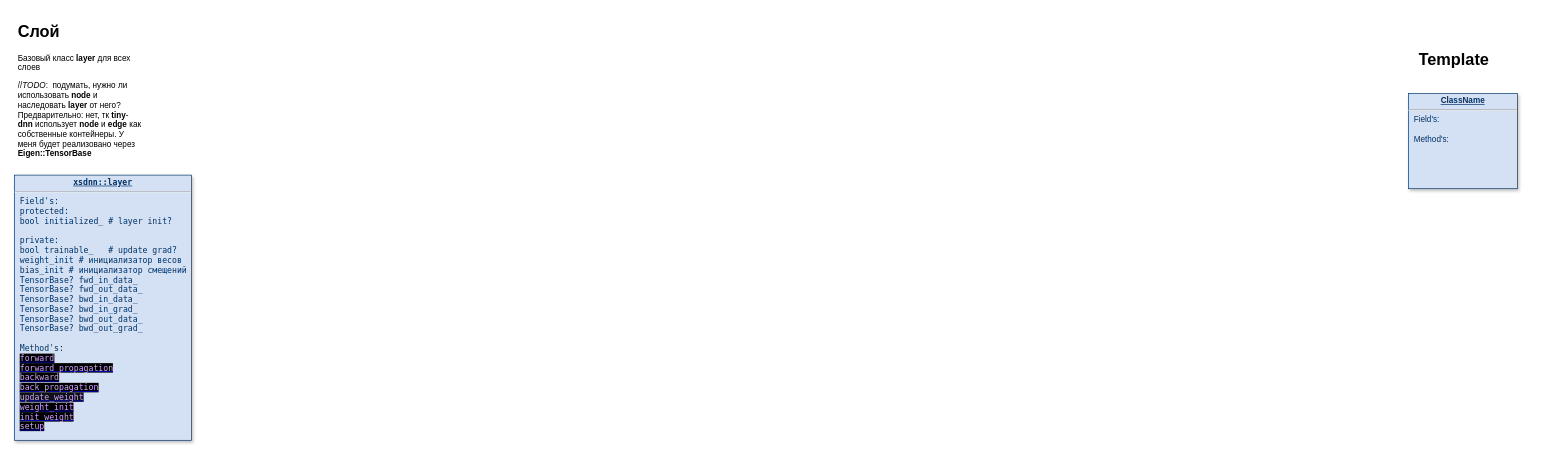
Above: page "xsdnn::main" (1 of 9) of logic.drawio in xsdnn/xsdnn (draw.io), before the change. Source tidied: cells renumbered, new cells numbered last; positions are measured from the earlier drawing's top-left corner, leaving out a move shared by most shapes. Both pictures are drawn from the tidied source at 68%, with x=0, y=0 at pixel (14, 18).
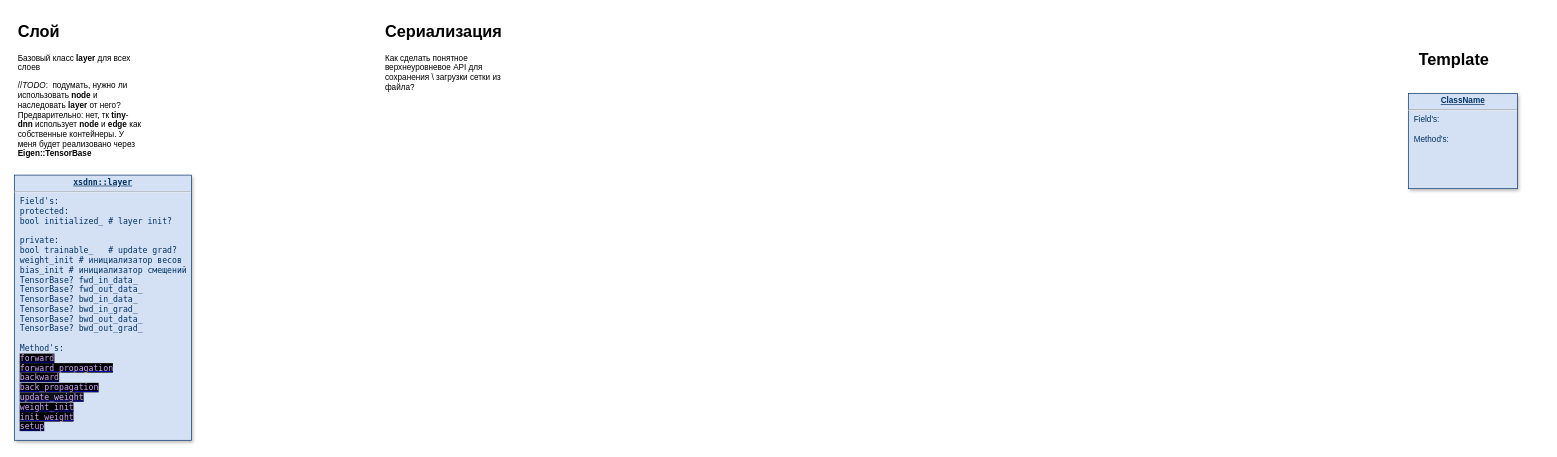
The same diagram, later.

What changed in the source:
```diff
@@
 <mxGraphModel>
   <root>
     <mxCell id="0" />
     <mxCell id="1" parent="0" />
     <mxCell id="2" value="&lt;p style=&quot;margin: 0px; margin-top: 4px; text-align: center; text-decoration: underline;&quot;&gt;&lt;strong&gt;ClassName&lt;/strong&gt;&lt;/p&gt;&lt;hr&gt;&lt;p style=&quot;margin: 0px; margin-left: 8px;&quot;&gt;Field's:&lt;/p&gt;&lt;p style=&quot;margin: 0px; margin-left: 8px;&quot;&gt;&lt;br&gt;&lt;/p&gt;&lt;p style=&quot;margin: 0px; margin-left: 8px;&quot;&gt;Method's:&lt;/p&gt;" style="verticalAlign=top;align=left;overflow=fill;fontSize=12;fontFamily=Helvetica;html=1;strokeColor=#003366;shadow=1;fillColor=#D4E1F5;fontColor=#003366;" parent="1" vertex="1">
       <mxGeometry x="2050" y="110" width="160" height="140" as="geometry" />
     </mxCell>
     <mxCell id="3" value="&lt;h1&gt;Слой&lt;/h1&gt;&lt;p&gt;Базовый класс &lt;b&gt;layer &lt;/b&gt;для всех слоев&lt;/p&gt;&lt;p&gt;&lt;span style=&quot;text-align: center;&quot;&gt;//&lt;i&gt;TODO&lt;/i&gt;:&amp;nbsp; подумать, нужно ли использовать &lt;b&gt;node&lt;/b&gt; и наследовать &lt;b&gt;layer&lt;/b&gt; от него? Предварительно: нет, тк &lt;b&gt;tiny&lt;/b&gt;-&lt;b&gt;dnn&lt;/b&gt; использует &lt;b&gt;node&lt;/b&gt; и &lt;b&gt;edge&lt;/b&gt; как собственные контейнеры. У меня будет реализовано через &lt;b&gt;Eigen::TensorBase&lt;/b&gt;&lt;/span&gt;&lt;br&gt;&lt;/p&gt;&lt;p&gt;&lt;br&gt;&lt;/p&gt;" style="text;html=1;strokeColor=none;fillColor=none;spacing=5;spacingTop=-20;whiteSpace=wrap;overflow=hidden;rounded=0;" parent="1" vertex="1">
       <mxGeometry width="190" height="250" as="geometry" />
     </mxCell>
     <mxCell id="4" value="&lt;h1&gt;Template&lt;/h1&gt;" style="text;html=1;strokeColor=none;fillColor=none;spacing=5;spacingTop=-20;whiteSpace=wrap;overflow=hidden;rounded=0;" parent="1" vertex="1">
       <mxGeometry x="2060" y="40" width="190" height="50" as="geometry" />
     </mxCell>
     <mxCell id="5" value="&lt;p style=&quot;margin: 0px; margin-top: 4px; text-align: center; text-decoration: underline;&quot;&gt;&lt;b&gt;xsdnn::layer&lt;/b&gt;&lt;/p&gt;&lt;hr&gt;&lt;p style=&quot;margin: 0px; margin-left: 8px;&quot;&gt;Field's:&lt;/p&gt;&lt;p style=&quot;margin: 0px; margin-left: 8px;&quot;&gt;protected:&lt;/p&gt;&lt;p style=&quot;margin: 0px; margin-left: 8px;&quot;&gt;bool initialized_ # layer init?&lt;/p&gt;&lt;p style=&quot;margin: 0px; margin-left: 8px;&quot;&gt;&lt;br&gt;&lt;/p&gt;&lt;p style=&quot;margin: 0px; margin-left: 8px;&quot;&gt;private:&lt;/p&gt;&lt;p style=&quot;margin: 0px 0px 0px 8px;&quot;&gt;bool trainable_&amp;nbsp; &amp;nbsp;# update grad?&lt;/p&gt;&lt;p style=&quot;margin: 0px 0px 0px 8px;&quot;&gt;weight_init # инициализатор весов&lt;/p&gt;&lt;p style=&quot;margin: 0px 0px 0px 8px;&quot;&gt;bias_init # инициализатор смещений&lt;/p&gt;&lt;p style=&quot;margin: 0px; margin-left: 8px;&quot;&gt;TensorBase? fwd_in_data_&lt;/p&gt;&lt;p style=&quot;margin: 0px; margin-left: 8px;&quot;&gt;TensorBase? fwd_out_data_&lt;br&gt;&lt;/p&gt;&lt;p style=&quot;margin: 0px; margin-left: 8px;&quot;&gt;TensorBase? bwd_in_data_&lt;br&gt;&lt;/p&gt;&lt;p style=&quot;margin: 0px; margin-left: 8px;&quot;&gt;TensorBase? bwd_in_grad_&lt;br&gt;&lt;/p&gt;&lt;p style=&quot;margin: 0px; margin-left: 8px;&quot;&gt;TensorBase? bwd_out_data_&lt;br&gt;&lt;/p&gt;&lt;p style=&quot;margin: 0px; margin-left: 8px;&quot;&gt;TensorBase? bwd_out_grad_&lt;br&gt;&lt;/p&gt;&lt;p style=&quot;margin: 0px; margin-left: 8px;&quot;&gt;&lt;br&gt;&lt;/p&gt;&lt;p style=&quot;margin: 0px; margin-left: 8px;&quot;&gt;Method's:&lt;/p&gt;&lt;p style=&quot;margin: 0px; margin-left: 8px;&quot;&gt;&lt;a href=&quot;data:page/id,acLyr5f8MV2qwVlqdKkI&quot;&gt;&lt;font face=&quot;ui-monospace, SFMono-Regular, SF Mono, Menlo, Consolas, Liberation Mono, monospace&quot; color=&quot;#d2a8ff&quot; style=&quot;background-color: rgb(0, 0, 0);&quot;&gt;forward&lt;/font&gt;&lt;/a&gt;&lt;/p&gt;&lt;p style=&quot;margin: 0px; margin-left: 8px;&quot;&gt;&lt;a href=&quot;data:page/id,P51iXEZZl-BP7aw9WZGj&quot;&gt;&lt;font face=&quot;ui-monospace, SFMono-Regular, SF Mono, Menlo, Consolas, Liberation Mono, monospace&quot; color=&quot;#d2a8ff&quot; style=&quot;background-color: rgb(0, 0, 0);&quot;&gt;forward_propagation&lt;/font&gt;&lt;/a&gt;&lt;/p&gt;&lt;p style=&quot;margin: 0px; margin-left: 8px;&quot;&gt;&lt;a href=&quot;data:page/id,9vZ8QekkStvvB2-BGn0U&quot;&gt;&lt;font face=&quot;ui-monospace, SFMono-Regular, SF Mono, Menlo, Consolas, Liberation Mono, monospace&quot; color=&quot;#d2a8ff&quot; style=&quot;background-color: rgb(0, 0, 0);&quot;&gt;backward&lt;/font&gt;&lt;/a&gt;&lt;/p&gt;&lt;p style=&quot;margin: 0px; margin-left: 8px;&quot;&gt;&lt;a href=&quot;data:page/id,YzGOiIOgP3fO_uxTNOQc&quot;&gt;&lt;font face=&quot;ui-monospace, SFMono-Regular, SF Mono, Menlo, Consolas, Liberation Mono, monospace&quot; color=&quot;#d2a8ff&quot; style=&quot;background-color: rgb(0, 0, 0);&quot;&gt;back_propagation&lt;/font&gt;&lt;/a&gt;&lt;/p&gt;&lt;p style=&quot;margin: 0px; margin-left: 8px;&quot;&gt;&lt;span style=&quot;font-family: ui-monospace, SFMono-Regular, &amp;quot;SF Mono&amp;quot;, Menlo, Consolas, &amp;quot;Liberation Mono&amp;quot;, monospace; background-color: rgb(13, 17, 23);&quot;&gt;&lt;a style=&quot;&quot; href=&quot;data:page/id,1ntwXYWYcS74xLM6uAJB&quot;&gt;&lt;font color=&quot;#d2a8ff&quot;&gt;update_weight&lt;/font&gt;&lt;/a&gt;&lt;/span&gt;&lt;br&gt;&lt;/p&gt;&lt;p style=&quot;margin: 0px; margin-left: 8px;&quot;&gt;&lt;a style=&quot;background-color: rgb(0, 0, 0);&quot; href=&quot;data:page/id,imFPhnd7Cz6RNdqDAHEO&quot;&gt;&lt;font face=&quot;ui-monospace, SFMono-Regular, SF Mono, Menlo, Consolas, Liberation Mono, monospace&quot; color=&quot;#d2a8ff&quot;&gt;weight_init&lt;/font&gt;&lt;/a&gt;&lt;/p&gt;&lt;p style=&quot;margin: 0px; margin-left: 8px;&quot;&gt;&lt;a style=&quot;background-color: rgb(0, 0, 0);&quot; href=&quot;data:page/id,p6dzrHT5QFA6u9v4Chr_&quot;&gt;&lt;font color=&quot;#d2a8ff&quot;&gt;init_weight&lt;/font&gt;&lt;/a&gt;&lt;/p&gt;&lt;p style=&quot;margin: 0px; margin-left: 8px;&quot;&gt;&lt;a style=&quot;background-color: rgb(0, 0, 0);&quot; href=&quot;data:page/id,uzz6QVAgYd6YLyIYvyyA&quot;&gt;&lt;font color=&quot;#d2a8ff&quot;&gt;setup&lt;/font&gt;&lt;/a&gt;&lt;/p&gt;" style="verticalAlign=top;align=left;overflow=fill;fontSize=12;fontFamily=ui-monospace, SFMono-Regular, &quot;SF Mono&quot;, Menlo, Consolas, &quot;Liberation Mono&quot;, monospace;html=1;strokeColor=#003366;shadow=1;fillColor=#D4E1F5;fontColor=#003366;" parent="1" vertex="1">
       <mxGeometry y="230" width="260" height="390" as="geometry" />
     </mxCell>
+    <mxCell id="6" value="&lt;h1&gt;Сериализация&lt;/h1&gt;&lt;p&gt;Как сделать понятное верхнеуровневое API для сохранения \ загрузки сетки из файла?&amp;nbsp;&lt;/p&gt;" style="text;html=1;strokeColor=none;fillColor=none;spacing=5;spacingTop=-20;whiteSpace=wrap;overflow=hidden;rounded=0;" parent="1" vertex="1">
+      <mxGeometry x="540" width="190" height="120" as="geometry" />
+    </mxCell>
   </root>
 </mxGraphModel>
```
